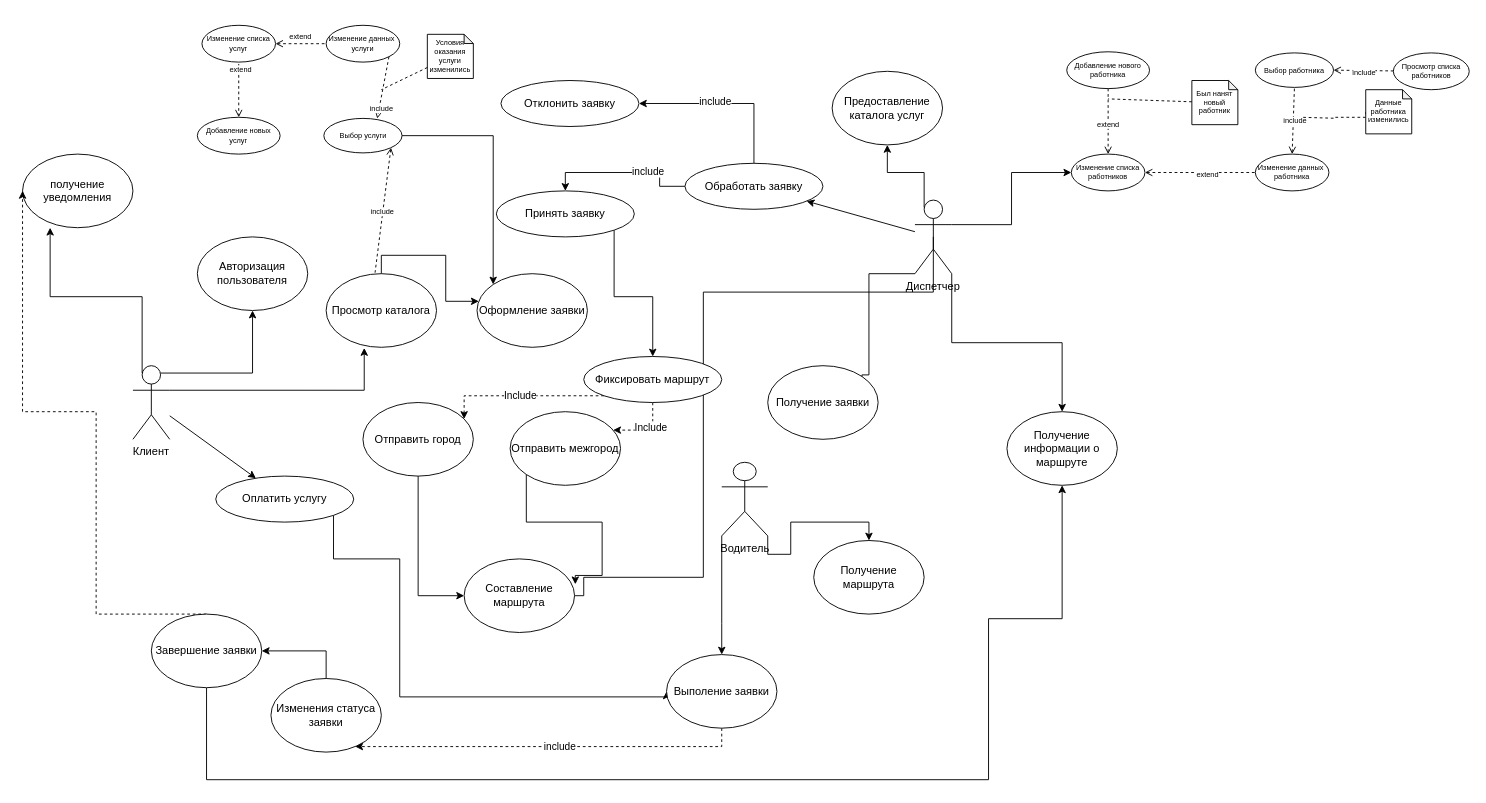
Before: page "Автобаза - Прецеденты" (1 of 4) of Диаграмма без названия.drawio in MOLLIP-merzota/-, a draw.io diagram. Source tidied: cells renumbered, new cells numbered last; positions are measured from the earlier drawing's top-left corner, leaving out a move shared by most shapes. Both pictures are drawn from the tidied source at 92%, with x=0, y=0 at pixel (22, 25).
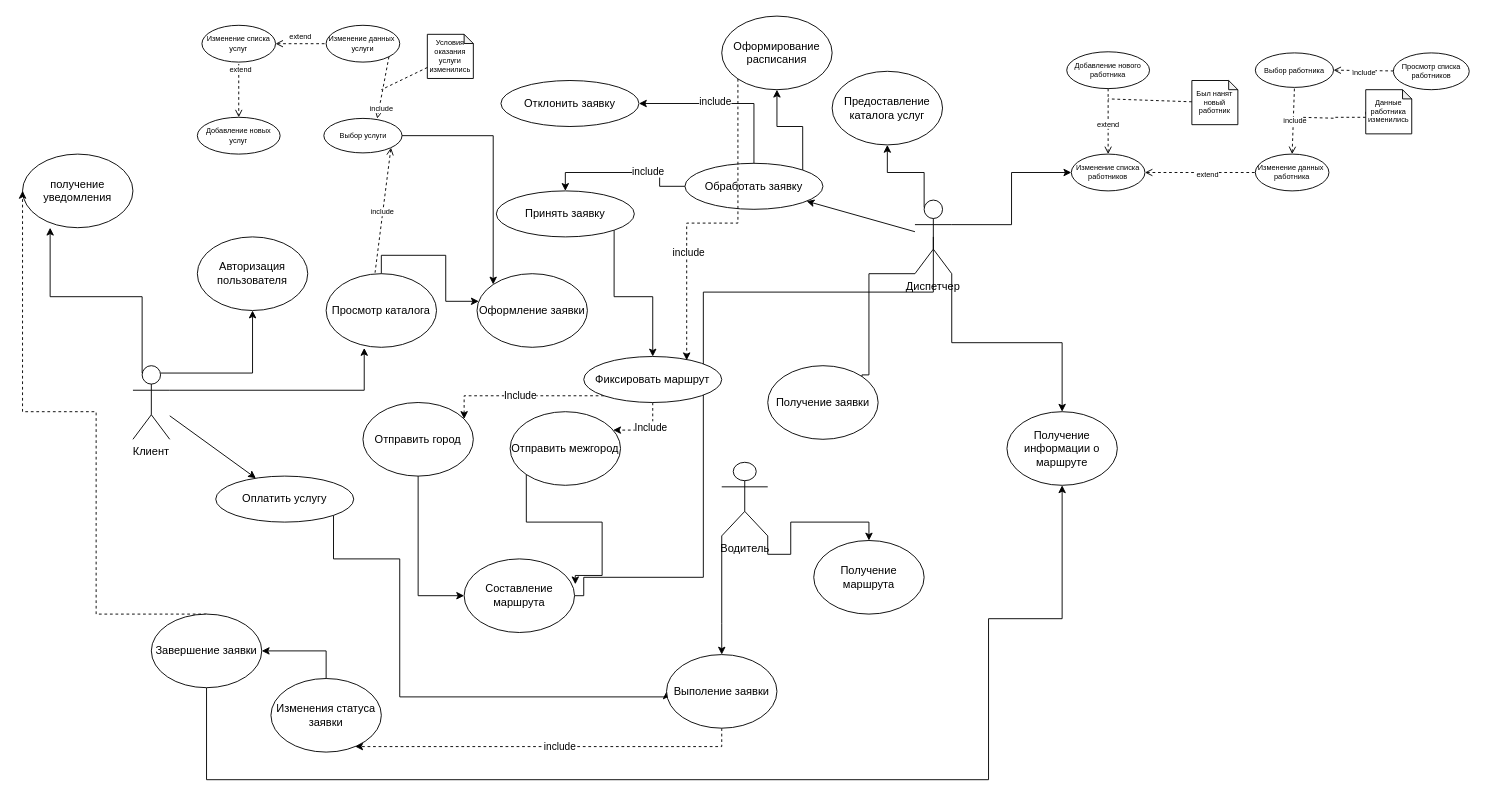
After the change.

Unchanged cells that the change refers to:
```xml
<mxCell id="16" value="Обработать заявку" style="ellipse;whiteSpace=wrap;" parent="1" vertex="1">
  <mxGeometry x="720" y="150" width="150" height="50" as="geometry" />
</mxCell>
<mxCell id="22" value="Фиксировать маршрут" style="ellipse;whiteSpace=wrap;" parent="1" vertex="1">
  <mxGeometry x="610" y="360" width="150" height="50" as="geometry" />
</mxCell>
```

Diff of the diagram source:
```diff
@@
+    <mxCell id="86" style="edgeStyle=orthogonalEdgeStyle;rounded=0;jettySize=auto;html=1;exitX=1;exitY=0;exitDx=0;exitDy=0;" parent="1" edge="1" source="16" target="87">
+      <mxGeometry relative="1" as="geometry" />
+    </mxCell>
@@
+    <mxCell id="87" value="Оформирование расписания" style="ellipse;whiteSpace=wrap;html=1;" parent="1" vertex="1">
+      <mxGeometry x="760" y="-10" width="120" height="80" as="geometry" />
+    </mxCell>
+    <mxCell id="88" style="edgeStyle=orthogonalEdgeStyle;rounded=0;jettySize=auto;html=1;exitX=0;exitY=1;exitDx=0;exitDy=0;entryX=0.746;entryY=0.082;entryDx=0;entryDy=0;entryPerimeter=0;dashed=1;" parent="1" edge="1" source="87" target="22">
+      <mxGeometry relative="1" as="geometry" />
+    </mxCell>
+    <mxCell id="89" value="include" style="edgeLabel;html=1;align=center;verticalAlign=middle;" parent="88" vertex="1">
+      <mxGeometry x="0.35" y="2" relative="1" as="geometry" />
+    </mxCell>
```
